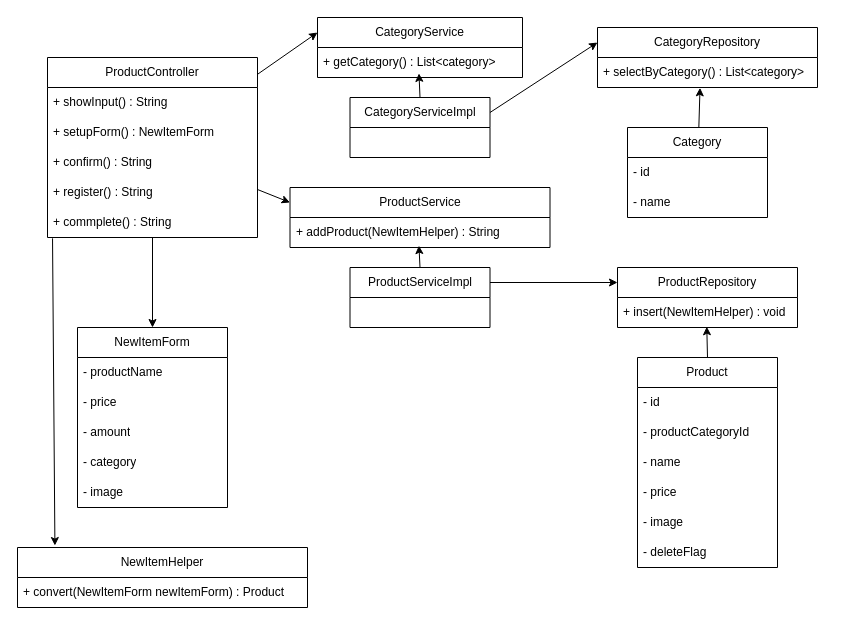
Above: plan/uml/class/dio/UC010.dio in NstecEmp-024/team-dev-spring-boot-ec (draw.io), before the change. Source tidied: cells renumbered, new cells numbered last; positions are measured from the earlier drawing's top-left corner, leaving out a move shared by most shapes. Both pictures are drawn from the tidied source at 100%, with x=0, y=0 at pixel (17, 17).
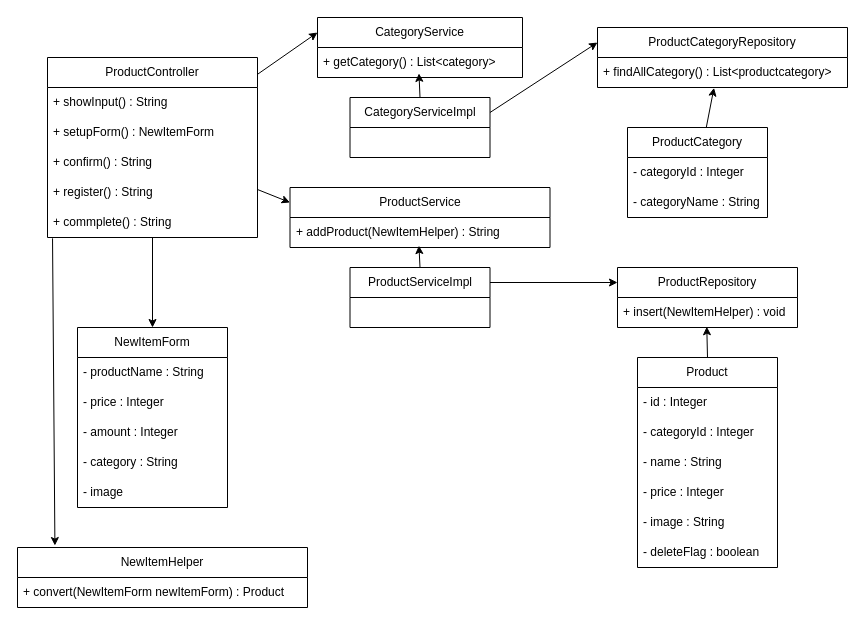
The same page after the edit.

Commit message (it also covers changes not shown here):
UC010のクラス名をRegisterControllerに変更

The change refers to these unchanged cells:
```xml
<mxCell id="10" value="NewItemForm" style="swimlane;fontStyle=0;horizontal=1;startSize=30;whiteSpace=wrap;html=1;" parent="1" vertex="1">
  <mxGeometry x="60" y="310" width="150" height="180" as="geometry" />
</mxCell>
<mxCell id="33" value="Product" style="swimlane;fontStyle=0;horizontal=1;startSize=30;whiteSpace=wrap;html=1;" parent="1" vertex="1">
  <mxGeometry x="620" y="340" width="140" height="210" as="geometry" />
</mxCell>
```

Diff of the diagram source:
```diff
@@
-    <mxCell id="11" value="- productName" style="text;strokeColor=none;fillColor=none;align=left;verticalAlign=middle;spacingLeft=4;spacingRight=4;overflow=hidden;whiteSpace=wrap;html=1;" parent="10" vertex="1">
+    <mxCell id="11" value="- productName : String" style="text;strokeColor=none;fillColor=none;align=left;verticalAlign=middle;spacingLeft=4;spacingRight=4;overflow=hidden;whiteSpace=wrap;html=1;" parent="10" vertex="1">
       <mxGeometry y="30" width="150" height="30" as="geometry" />
     </mxCell>
-    <mxCell id="12" value="- price" style="text;strokeColor=none;fillColor=none;align=left;verticalAlign=middle;spacingLeft=4;spacingRight=4;overflow=hidden;whiteSpace=wrap;html=1;" parent="10" vertex="1">
+    <mxCell id="12" value="- price : Integer" style="text;strokeColor=none;fillColor=none;align=left;verticalAlign=middle;spacingLeft=4;spacingRight=4;overflow=hidden;whiteSpace=wrap;html=1;" parent="10" vertex="1">
       <mxGeometry y="60" width="150" height="30" as="geometry" />
     </mxCell>
-    <mxCell id="13" value="- amount" style="text;strokeColor=none;fillColor=none;align=left;verticalAlign=middle;spacingLeft=4;spacingRight=4;overflow=hidden;whiteSpace=wrap;html=1;" parent="10" vertex="1">
+    <mxCell id="13" value="- amount : Integer" style="text;strokeColor=none;fillColor=none;align=left;verticalAlign=middle;spacingLeft=4;spacingRight=4;overflow=hidden;whiteSpace=wrap;html=1;" parent="10" vertex="1">
       <mxGeometry y="90" width="150" height="30" as="geometry" />
     </mxCell>
-    <mxCell id="14" value="- category" style="text;strokeColor=none;fillColor=none;align=left;verticalAlign=middle;spacingLeft=4;spacingRight=4;overflow=hidden;whiteSpace=wrap;html=1;" parent="10" vertex="1">
+    <mxCell id="14" value="- category : String" style="text;strokeColor=none;fillColor=none;align=left;verticalAlign=middle;spacingLeft=4;spacingRight=4;overflow=hidden;whiteSpace=wrap;html=1;" parent="10" vertex="1">
       <mxGeometry y="120" width="150" height="30" as="geometry" />
     </mxCell>
@@
-    <mxCell id="24" value="CategoryRepository" style="swimlane;fontStyle=0;horizontal=1;startSize=30;whiteSpace=wrap;html=1;" parent="1" vertex="1">
-      <mxGeometry x="580" y="10" width="220" height="60" as="geometry" />
+    <mxCell id="24" value="ProductCategoryRepository" style="swimlane;fontStyle=0;horizontal=1;startSize=30;whiteSpace=wrap;html=1;" parent="1" vertex="1">
+      <mxGeometry x="580" y="10" width="250" height="60" as="geometry" />
     </mxCell>
-    <mxCell id="25" value="+ selectByCategory() : List&amp;lt;category&amp;gt;" style="text;strokeColor=none;fillColor=none;align=left;verticalAlign=middle;spacingLeft=4;spacingRight=4;overflow=hidden;points=[[0,0.5],[1,0.5]];portConstraint=eastwest;whiteSpace=wrap;html=1;" parent="24" vertex="1">
-      <mxGeometry y="30" width="220" height="30" as="geometry" />
+    <mxCell id="25" value="+ findAllCategory() : List&amp;lt;productcategory&amp;gt;" style="text;strokeColor=none;fillColor=none;align=left;verticalAlign=middle;spacingLeft=4;spacingRight=4;overflow=hidden;points=[[0,0.5],[1,0.5]];portConstraint=eastwest;whiteSpace=wrap;html=1;" parent="24" vertex="1">
+      <mxGeometry y="30" width="250" height="30" as="geometry" />
     </mxCell>
@@
-    <mxCell id="30" value="Category" style="swimlane;fontStyle=0;horizontal=1;startSize=30;whiteSpace=wrap;html=1;" parent="1" vertex="1">
+    <mxCell id="30" value="ProductCategory" style="swimlane;fontStyle=0;horizontal=1;startSize=30;whiteSpace=wrap;html=1;" parent="1" vertex="1">
       <mxGeometry x="610" y="110" width="140" height="90" as="geometry" />
     </mxCell>
-    <mxCell id="31" value="- id" style="text;strokeColor=none;fillColor=none;align=left;verticalAlign=middle;spacingLeft=4;spacingRight=4;overflow=hidden;whiteSpace=wrap;html=1;" parent="30" vertex="1">
+    <mxCell id="31" value="- categoryId : Integer" style="text;strokeColor=none;fillColor=none;align=left;verticalAlign=middle;spacingLeft=4;spacingRight=4;overflow=hidden;whiteSpace=wrap;html=1;" parent="30" vertex="1">
       <mxGeometry y="30" width="140" height="30" as="geometry" />
     </mxCell>
-    <mxCell id="32" value="- name" style="text;strokeColor=none;fillColor=none;align=left;verticalAlign=middle;spacingLeft=4;spacingRight=4;overflow=hidden;whiteSpace=wrap;html=1;" parent="30" vertex="1">
+    <mxCell id="32" value="- categoryName : String" style="text;strokeColor=none;fillColor=none;align=left;verticalAlign=middle;spacingLeft=4;spacingRight=4;overflow=hidden;whiteSpace=wrap;html=1;" parent="30" vertex="1">
       <mxGeometry y="60" width="140" height="30" as="geometry" />
     </mxCell>
@@
-    <mxCell id="34" value="- id" style="text;strokeColor=none;fillColor=none;align=left;verticalAlign=middle;spacingLeft=4;spacingRight=4;overflow=hidden;whiteSpace=wrap;html=1;" parent="33" vertex="1">
+    <mxCell id="34" value="- id : Integer" style="text;strokeColor=none;fillColor=none;align=left;verticalAlign=middle;spacingLeft=4;spacingRight=4;overflow=hidden;whiteSpace=wrap;html=1;" parent="33" vertex="1">
       <mxGeometry y="30" width="140" height="30" as="geometry" />
     </mxCell>
-    <mxCell id="35" value="- productCategoryId" style="text;strokeColor=none;fillColor=none;align=left;verticalAlign=middle;spacingLeft=4;spacingRight=4;overflow=hidden;whiteSpace=wrap;html=1;" parent="33" vertex="1">
+    <mxCell id="35" value="- categoryId : Integer" style="text;strokeColor=none;fillColor=none;align=left;verticalAlign=middle;spacingLeft=4;spacingRight=4;overflow=hidden;whiteSpace=wrap;html=1;" parent="33" vertex="1">
       <mxGeometry y="60" width="140" height="30" as="geometry" />
     </mxCell>
-    <mxCell id="36" value="- name" style="text;strokeColor=none;fillColor=none;align=left;verticalAlign=middle;spacingLeft=4;spacingRight=4;overflow=hidden;whiteSpace=wrap;html=1;" parent="33" vertex="1">
+    <mxCell id="36" value="- name : String" style="text;strokeColor=none;fillColor=none;align=left;verticalAlign=middle;spacingLeft=4;spacingRight=4;overflow=hidden;whiteSpace=wrap;html=1;" parent="33" vertex="1">
       <mxGeometry y="90" width="140" height="30" as="geometry" />
     </mxCell>
-    <mxCell id="37" value="- price" style="text;strokeColor=none;fillColor=none;align=left;verticalAlign=middle;spacingLeft=4;spacingRight=4;overflow=hidden;whiteSpace=wrap;html=1;" parent="33" vertex="1">
+    <mxCell id="37" value="- price : Integer" style="text;strokeColor=none;fillColor=none;align=left;verticalAlign=middle;spacingLeft=4;spacingRight=4;overflow=hidden;whiteSpace=wrap;html=1;" parent="33" vertex="1">
       <mxGeometry y="120" width="140" height="30" as="geometry" />
     </mxCell>
-    <mxCell id="38" value="- image" style="text;strokeColor=none;fillColor=none;align=left;verticalAlign=middle;spacingLeft=4;spacingRight=4;overflow=hidden;whiteSpace=wrap;html=1;" parent="33" vertex="1">
+    <mxCell id="38" value="- image : String" style="text;strokeColor=none;fillColor=none;align=left;verticalAlign=middle;spacingLeft=4;spacingRight=4;overflow=hidden;whiteSpace=wrap;html=1;" parent="33" vertex="1">
       <mxGeometry y="150" width="140" height="30" as="geometry" />
     </mxCell>
-    <mxCell id="39" value="- deleteFlag" style="text;strokeColor=none;fillColor=none;align=left;verticalAlign=middle;spacingLeft=4;spacingRight=4;overflow=hidden;whiteSpace=wrap;html=1;" parent="33" vertex="1">
+    <mxCell id="39" value="- deleteFlag : boolean" style="text;strokeColor=none;fillColor=none;align=left;verticalAlign=middle;spacingLeft=4;spacingRight=4;overflow=hidden;whiteSpace=wrap;html=1;" parent="33" vertex="1">
       <mxGeometry y="180" width="140" height="30" as="geometry" />
     </mxCell>
```
